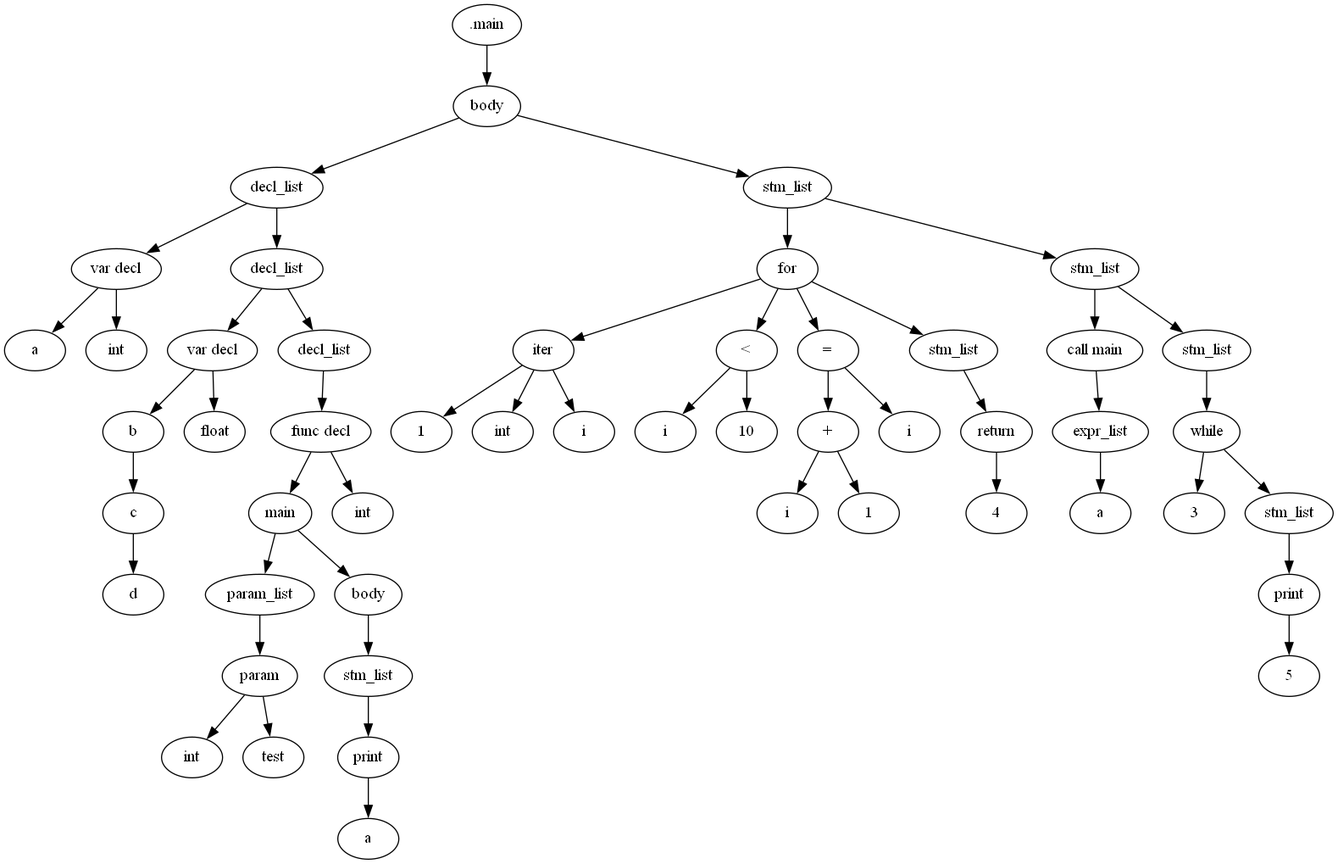
This is printers/images/Digraph.gv.png from KianBankeLarsen/Compiler, a Graphviz export, as it was before one commit. Its source is kept beside it as printers/images/Digraph.gv.
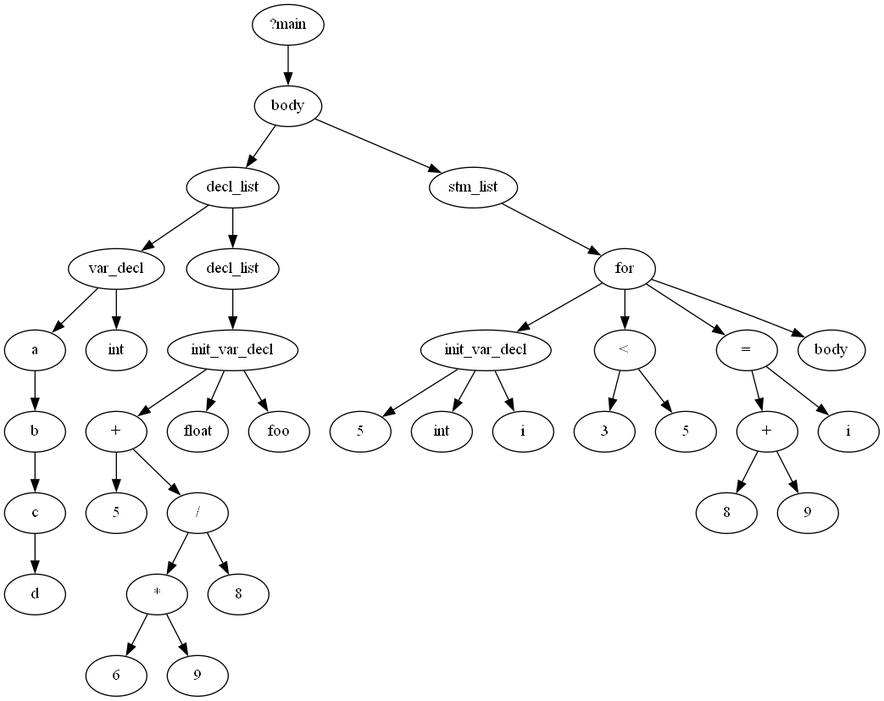
Later version of the same file.

Diff of the diagram source:
```diff
@@ -1,103 +1,71 @@
 digraph {
-	0 [label=".main"]
+	0 [label="?main"]
 	1 [label=body]
-	2 [label=a]
-	3 [label=int]
-	4 [label="var decl"]
-	4 -> 2
-	4 -> 3
-	5 [label=decl_list]
-	6 [label=b]
-	7 [label=c]
-	8 [label=d]
-	7 -> 8
-	6 -> 7
-	9 [label=float]
-	10 [label="var decl"]
-	10 -> 6
-	10 -> 9
-	11 [label=decl_list]
-	12 [label=main]
-	13 [label=param]
-	14 [label=int]
-	15 [label=test]
-	13 -> 14
-	13 -> 15
-	16 [label=param_list]
-	16 -> 13
-	12 -> 16
-	17 [label=body]
-	18 [label=stm_list]
-	19 [label=a]
-	20 [label=print]
-	20 -> 19
-	18 -> 20
-	17 -> 18
-	12 -> 17
-	21 [label=int]
-	22 [label="func decl"]
-	22 -> 12
-	22 -> 21
-	23 [label=decl_list]
-	23 -> 22
-	11 -> 23
-	11 -> 10
-	5 -> 11
-	5 -> 4
-	1 -> 5
-	24 [label=stm_list]
-	25 [label=1]
-	26 [label=iter]
-	27 [label=int]
-	28 [label=i]
-	26 -> 25
-	26 -> 27
-	26 -> 28
-	29 [label=i]
-	30 [label=10]
-	31 [label="<"]
-	31 -> 29
+	2 [label=var_decl]
+	3 [label=a]
+	4 [label=b]
+	5 [label=c]
+	6 [label=d]
+	5 -> 6
+	4 -> 5
+	3 -> 4
+	7 [label=int]
+	2 -> 3
+	2 -> 7
+	8 [label=decl_list]
+	9 [label=init_var_decl]
+	10 [label=5]
+	11 [label=6]
+	12 [label=9]
+	13 [label="*"]
+	13 -> 11
+	13 -> 12
+	14 [label=8]
+	15 [label="/"]
+	15 -> 13
+	15 -> 14
+	16 [label="+"]
+	16 -> 10
+	16 -> 15
+	17 [label=float]
+	18 [label=foo]
+	9 -> 17
+	9 -> 18
+	9 -> 16
+	19 [label=decl_list]
+	19 -> 9
+	8 -> 19
+	8 -> 2
+	1 -> 8
+	20 [label=stm_list]
+	21 [label=init_var_decl]
+	22 [label=5]
+	23 [label=int]
+	24 [label=i]
+	21 -> 23
+	21 -> 24
+	21 -> 22
+	25 [label=3]
+	26 [label=5]
+	27 [label="<"]
+	27 -> 25
+	27 -> 26
+	28 [label=8]
+	29 [label=9]
+	30 [label="+"]
+	30 -> 28
+	30 -> 29
+	31 [label="="]
+	32 [label=i]
+	31 -> 32
 	31 -> 30
-	32 [label=i]
-	33 [label=1]
-	34 [label="+"]
-	34 -> 32
+	33 [label=body]
+	34 [label=for]
+	34 -> 21
+	34 -> 27
+	34 -> 31
 	34 -> 33
-	35 [label="="]
-	36 [label=i]
-	35 -> 36
-	35 -> 34
-	37 [label=stm_list]
-	38 [label=4]
-	39 [label=return]
-	39 -> 38
-	37 -> 39
-	40 [label=for]
-	40 -> 26
-	40 -> 31
-	40 -> 35
-	40 -> 37
-	24 -> 40
-	41 [label=stm_list]
-	42 [label="call main"]
-	43 [label=a]
-	44 [label=expr_list]
-	44 -> 43
-	42 -> 44
-	41 -> 42
-	45 [label=stm_list]
-	46 [label=3]
-	47 [label=stm_list]
-	48 [label=5]
-	49 [label=print]
-	49 -> 48
-	47 -> 49
-	50 [label=while]
-	50 -> 46
-	50 -> 47
-	45 -> 50
-	41 -> 45
-	24 -> 41
-	1 -> 24
+	20 -> 34
+	1 -> 20
 	0 -> 1
 }
```
